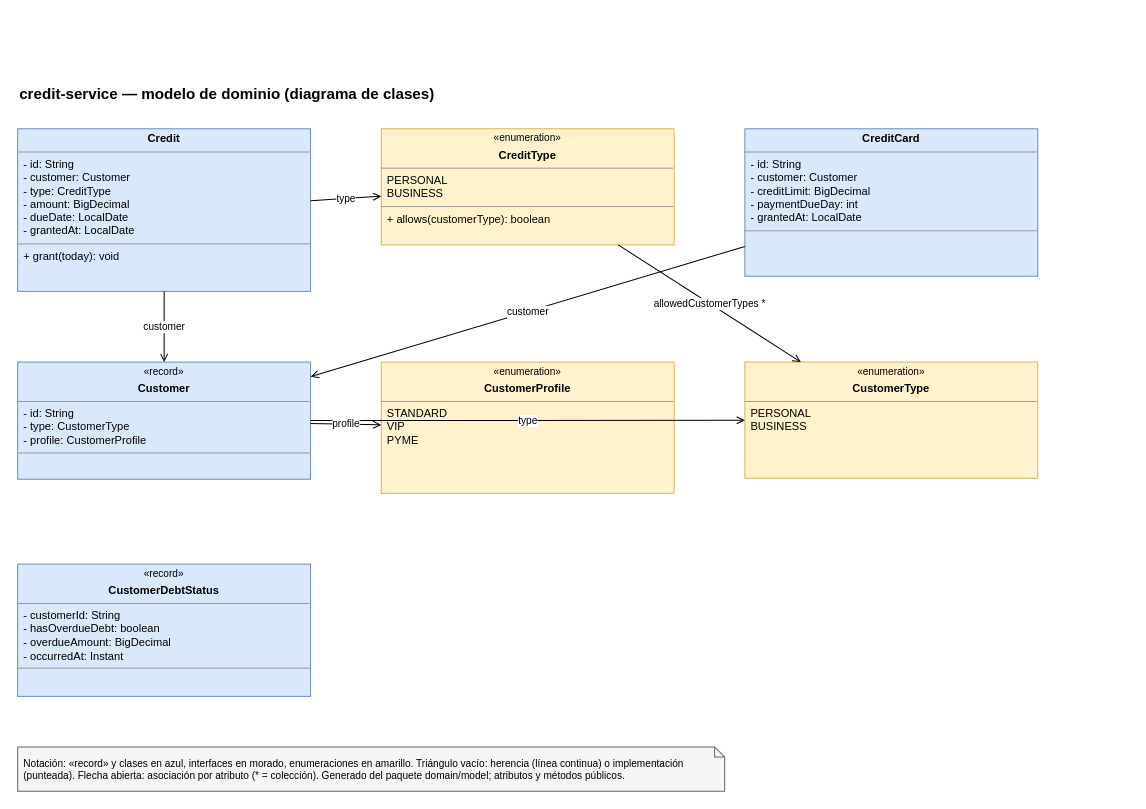
The draw.io diagram page "credit-service" (3 of 7) of docs/diagrams/class-diagrams.drawio in kuroxbyte/bootcamp-bank-project-docs, before the edit. Source tidied: cells renumbered, new cells numbered last; positions are measured from the earlier drawing's top-left corner, leaving out a move shared by most shapes. Both pictures are drawn from the tidied source at 101%, with x=0, y=0 at pixel (17, 78).
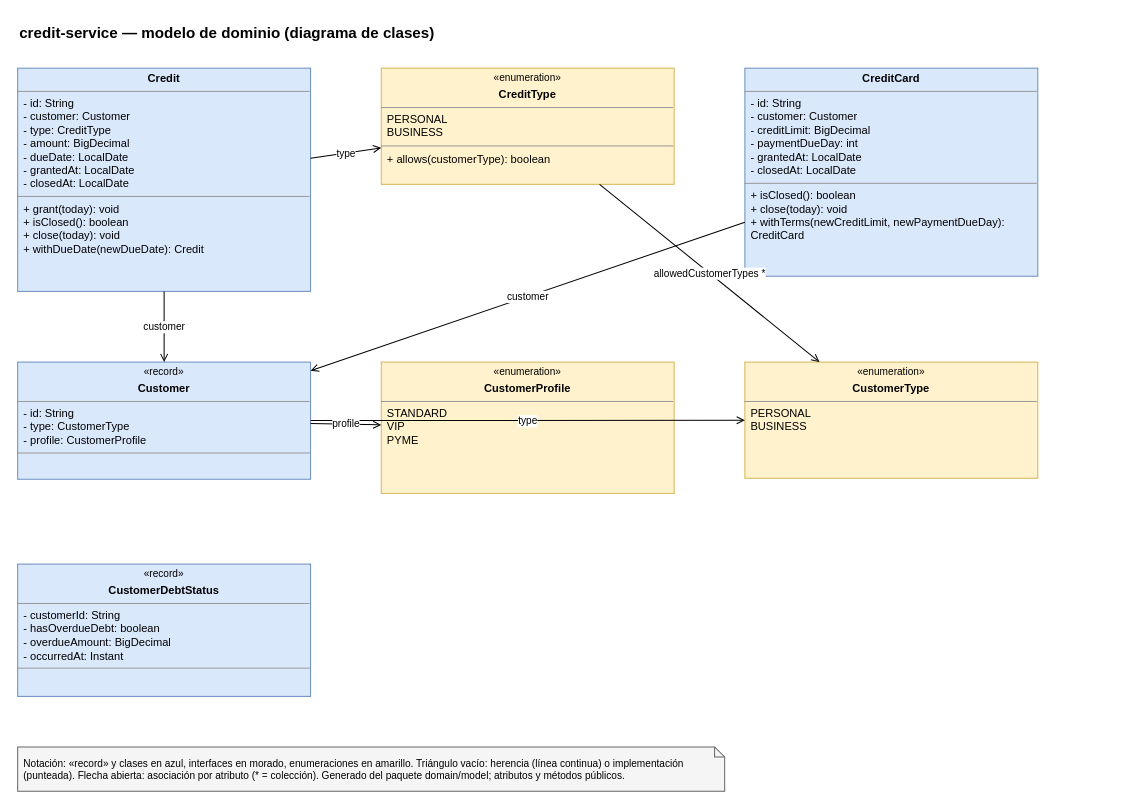
Above is the later version.

What changed in the source:
```diff
@@
 <mxGraphModel>
   <root>
     <mxCell id="0" />
     <mxCell id="1" parent="0" />
     <mxCell id="2" value="credit-service — modelo de dominio (diagrama de clases)" style="text;html=1;fontSize=15;fontStyle=1;align=left;" parent="1" vertex="1">
-      <mxGeometry width="1100" height="30" as="geometry" />
+      <mxGeometry y="-60" width="1100" height="30" as="geometry" />
     </mxCell>
-    <mxCell id="3" value="&lt;p style=&quot;margin:0;margin-top:4px;text-align:center&quot;&gt;&lt;b&gt;Credit&lt;/b&gt;&lt;/p&gt;&lt;hr size=&quot;1&quot;/&gt;&lt;p style=&quot;margin:0;margin-left:6px&quot;&gt;- id: String&lt;br/&gt;- customer: Customer&lt;br/&gt;- type: CreditType&lt;br/&gt;- amount: BigDecimal&lt;br/&gt;- dueDate: LocalDate&lt;br/&gt;- grantedAt: LocalDate&lt;/p&gt;&lt;hr size=&quot;1&quot;/&gt;&lt;p style=&quot;margin:0;margin-left:6px&quot;&gt;+ grant(today): void&lt;/p&gt;" style="verticalAlign=top;align=left;overflow=fill;html=1;whiteSpace=wrap;fontSize=11;fillColor=#dae8fc;strokeColor=#6c8ebf;" parent="1" vertex="1">
-      <mxGeometry y="50" width="290" height="161" as="geometry" />
+    <mxCell id="3" value="&lt;p style=&quot;margin:0;margin-top:4px;text-align:center&quot;&gt;&lt;b&gt;Credit&lt;/b&gt;&lt;/p&gt;&lt;hr size=&quot;1&quot;/&gt;&lt;p style=&quot;margin:0;margin-left:6px&quot;&gt;- id: String&lt;br/&gt;- customer: Customer&lt;br/&gt;- type: CreditType&lt;br/&gt;- amount: BigDecimal&lt;br/&gt;- dueDate: LocalDate&lt;br/&gt;- grantedAt: LocalDate&lt;br/&gt;- closedAt: LocalDate&lt;/p&gt;&lt;hr size=&quot;1&quot;/&gt;&lt;p style=&quot;margin:0;margin-left:6px&quot;&gt;+ grant(today): void&lt;br/&gt;+ isClosed(): boolean&lt;br/&gt;+ close(today): void&lt;br/&gt;+ withDueDate(newDueDate): Credit&lt;/p&gt;" style="verticalAlign=top;align=left;overflow=fill;html=1;whiteSpace=wrap;fontSize=11;fillColor=#dae8fc;strokeColor=#6c8ebf;" parent="1" vertex="1">
+      <mxGeometry y="-10" width="290" height="221" as="geometry" />
     </mxCell>
     <mxCell id="4" value="&lt;p style=&quot;margin:0;margin-top:4px;text-align:center;font-size:10px&quot;&gt;«enumeration»&lt;/p&gt;&lt;p style=&quot;margin:0;margin-top:4px;text-align:center&quot;&gt;&lt;b&gt;CreditType&lt;/b&gt;&lt;/p&gt;&lt;hr size=&quot;1&quot;/&gt;&lt;p style=&quot;margin:0;margin-left:6px&quot;&gt;PERSONAL&lt;br/&gt;BUSINESS&lt;/p&gt;&lt;hr size=&quot;1&quot;/&gt;&lt;p style=&quot;margin:0;margin-left:6px&quot;&gt;+ allows(customerType): boolean&lt;/p&gt;" style="verticalAlign=top;align=left;overflow=fill;html=1;whiteSpace=wrap;fontSize=11;fillColor=#fff2cc;strokeColor=#d6b656;" parent="1" vertex="1">
-      <mxGeometry x="360" y="50" width="290" height="115" as="geometry" />
+      <mxGeometry x="360" y="-10" width="290" height="115" as="geometry" />
     </mxCell>
-    <mxCell id="5" value="&lt;p style=&quot;margin:0;margin-top:4px;text-align:center&quot;&gt;&lt;b&gt;CreditCard&lt;/b&gt;&lt;/p&gt;&lt;hr size=&quot;1&quot;/&gt;&lt;p style=&quot;margin:0;margin-left:6px&quot;&gt;- id: String&lt;br/&gt;- customer: Customer&lt;br/&gt;- creditLimit: BigDecimal&lt;br/&gt;- paymentDueDay: int&lt;br/&gt;- grantedAt: LocalDate&lt;/p&gt;&lt;hr size=&quot;1&quot;/&gt;&lt;p style=&quot;margin:0;margin-left:6px&quot;&gt;&lt;/p&gt;" style="verticalAlign=top;align=left;overflow=fill;html=1;whiteSpace=wrap;fontSize=11;fillColor=#dae8fc;strokeColor=#6c8ebf;" parent="1" vertex="1">
-      <mxGeometry x="720" y="50" width="290" height="146" as="geometry" />
+    <mxCell id="5" value="&lt;p style=&quot;margin:0;margin-top:4px;text-align:center&quot;&gt;&lt;b&gt;CreditCard&lt;/b&gt;&lt;/p&gt;&lt;hr size=&quot;1&quot;/&gt;&lt;p style=&quot;margin:0;margin-left:6px&quot;&gt;- id: String&lt;br/&gt;- customer: Customer&lt;br/&gt;- creditLimit: BigDecimal&lt;br/&gt;- paymentDueDay: int&lt;br/&gt;- grantedAt: LocalDate&lt;br/&gt;- closedAt: LocalDate&lt;/p&gt;&lt;hr size=&quot;1&quot;/&gt;&lt;p style=&quot;margin:0;margin-left:6px&quot;&gt;+ isClosed(): boolean&lt;br/&gt;+ close(today): void&lt;br/&gt;+ withTerms(newCreditLimit, newPaymentDueDay): CreditCard&lt;/p&gt;" style="verticalAlign=top;align=left;overflow=fill;html=1;whiteSpace=wrap;fontSize=11;fillColor=#dae8fc;strokeColor=#6c8ebf;" parent="1" vertex="1">
+      <mxGeometry x="720" y="-10" width="290" height="206" as="geometry" />
     </mxCell>
     <mxCell id="6" value="&lt;p style=&quot;margin:0;margin-top:4px;text-align:center;font-size:10px&quot;&gt;«record»&lt;/p&gt;&lt;p style=&quot;margin:0;margin-top:4px;text-align:center&quot;&gt;&lt;b&gt;Customer&lt;/b&gt;&lt;/p&gt;&lt;hr size=&quot;1&quot;/&gt;&lt;p style=&quot;margin:0;margin-left:6px&quot;&gt;- id: String&lt;br/&gt;- type: CustomerType&lt;br/&gt;- profile: CustomerProfile&lt;/p&gt;&lt;hr size=&quot;1&quot;/&gt;&lt;p style=&quot;margin:0;margin-left:6px&quot;&gt;&lt;/p&gt;" style="verticalAlign=top;align=left;overflow=fill;html=1;whiteSpace=wrap;fontSize=11;fillColor=#dae8fc;strokeColor=#6c8ebf;" parent="1" vertex="1">
       <mxGeometry y="281" width="290" height="116" as="geometry" />
     </mxCell>
     <mxCell id="7" value="&lt;p style=&quot;margin:0;margin-top:4px;text-align:center;font-size:10px&quot;&gt;«enumeration»&lt;/p&gt;&lt;p style=&quot;margin:0;margin-top:4px;text-align:center&quot;&gt;&lt;b&gt;CustomerProfile&lt;/b&gt;&lt;/p&gt;&lt;hr size=&quot;1&quot;/&gt;&lt;p style=&quot;margin:0;margin-left:6px&quot;&gt;STANDARD&lt;br/&gt;VIP&lt;br/&gt;PYME&lt;/p&gt;" style="verticalAlign=top;align=left;overflow=fill;html=1;whiteSpace=wrap;fontSize=11;fillColor=#fff2cc;strokeColor=#d6b656;" parent="1" vertex="1">
       <mxGeometry x="360" y="281" width="290" height="130" as="geometry" />
     </mxCell>
     <mxCell id="8" value="&lt;p style=&quot;margin:0;margin-top:4px;text-align:center;font-size:10px&quot;&gt;«enumeration»&lt;/p&gt;&lt;p style=&quot;margin:0;margin-top:4px;text-align:center&quot;&gt;&lt;b&gt;CustomerType&lt;/b&gt;&lt;/p&gt;&lt;hr size=&quot;1&quot;/&gt;&lt;p style=&quot;margin:0;margin-left:6px&quot;&gt;PERSONAL&lt;br/&gt;BUSINESS&lt;/p&gt;" style="verticalAlign=top;align=left;overflow=fill;html=1;whiteSpace=wrap;fontSize=11;fillColor=#fff2cc;strokeColor=#d6b656;" parent="1" vertex="1">
       <mxGeometry x="720" y="281" width="290" height="115" as="geometry" />
     </mxCell>
     <mxCell id="9" value="&lt;p style=&quot;margin:0;margin-top:4px;text-align:center;font-size:10px&quot;&gt;«record»&lt;/p&gt;&lt;p style=&quot;margin:0;margin-top:4px;text-align:center&quot;&gt;&lt;b&gt;CustomerDebtStatus&lt;/b&gt;&lt;/p&gt;&lt;hr size=&quot;1&quot;/&gt;&lt;p style=&quot;margin:0;margin-left:6px&quot;&gt;- customerId: String&lt;br/&gt;- hasOverdueDebt: boolean&lt;br/&gt;- overdueAmount: BigDecimal&lt;br/&gt;- occurredAt: Instant&lt;/p&gt;&lt;hr size=&quot;1&quot;/&gt;&lt;p style=&quot;margin:0;margin-left:6px&quot;&gt;&lt;/p&gt;" style="verticalAlign=top;align=left;overflow=fill;html=1;whiteSpace=wrap;fontSize=11;fillColor=#dae8fc;strokeColor=#6c8ebf;" parent="1" vertex="1">
       <mxGeometry y="481" width="290" height="131" as="geometry" />
     </mxCell>
     <mxCell id="10" value="customer" style="endArrow=open;endFill=0;html=1;rounded=0;fontSize=10;labelBackgroundColor=#ffffff;" parent="1" edge="1" source="3" target="6">
       <mxGeometry relative="1" as="geometry" />
     </mxCell>
     <mxCell id="11" value="type" style="endArrow=open;endFill=0;html=1;rounded=0;fontSize=10;labelBackgroundColor=#ffffff;" parent="1" edge="1" source="3" target="4">
       <mxGeometry relative="1" as="geometry" />
     </mxCell>
     <mxCell id="12" value="allowedCustomerTypes *" style="endArrow=open;endFill=0;html=1;rounded=0;fontSize=10;labelBackgroundColor=#ffffff;" parent="1" edge="1" source="4" target="8">
       <mxGeometry relative="1" as="geometry" />
     </mxCell>
     <mxCell id="13" value="customer" style="endArrow=open;endFill=0;html=1;rounded=0;fontSize=10;labelBackgroundColor=#ffffff;" parent="1" edge="1" source="5" target="6">
       <mxGeometry relative="1" as="geometry" />
     </mxCell>
     <mxCell id="14" value="type" style="endArrow=open;endFill=0;html=1;rounded=0;fontSize=10;labelBackgroundColor=#ffffff;" parent="1" edge="1" source="6" target="8">
       <mxGeometry relative="1" as="geometry" />
     </mxCell>
     <mxCell id="15" value="profile" style="endArrow=open;endFill=0;html=1;rounded=0;fontSize=10;labelBackgroundColor=#ffffff;" parent="1" edge="1" source="6" target="7">
       <mxGeometry relative="1" as="geometry" />
     </mxCell>
     <mxCell id="16" value="Notación: «record» y clases en azul, interfaces en morado, enumeraciones en amarillo. Triángulo vacío: herencia (línea continua) o implementación (punteada). Flecha abierta: asociación por atributo (* = colección). Generado del paquete domain/model; atributos y métodos públicos." style="shape=note;whiteSpace=wrap;html=1;size=10;fillColor=#f5f5f5;strokeColor=#666666;fontSize=10;align=left;spacingLeft=4;" parent="1" vertex="1">
       <mxGeometry y="662" width="700" height="44" as="geometry" />
     </mxCell>
   </root>
 </mxGraphModel>
```
